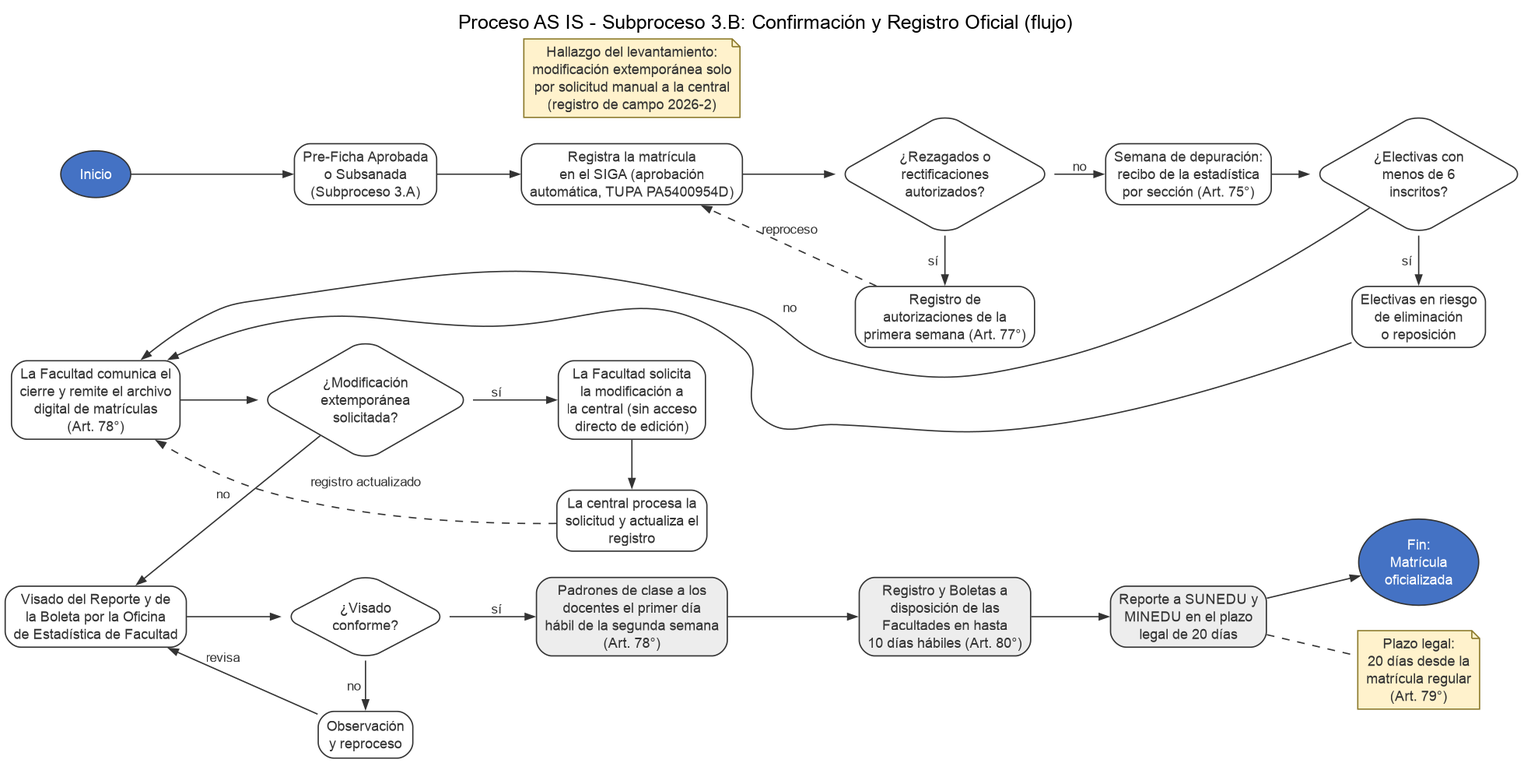
This is trabajo_grupal/images/asis_subproceso_3b_flujo.png from AldoLunaBueno/cc0f6_topicos_procesos_grupo, a PlantUML export, as it was before one commit. Its source is kept beside it as trabajo_grupal/diagramas/asis_subproceso_3b_flujo.puml.
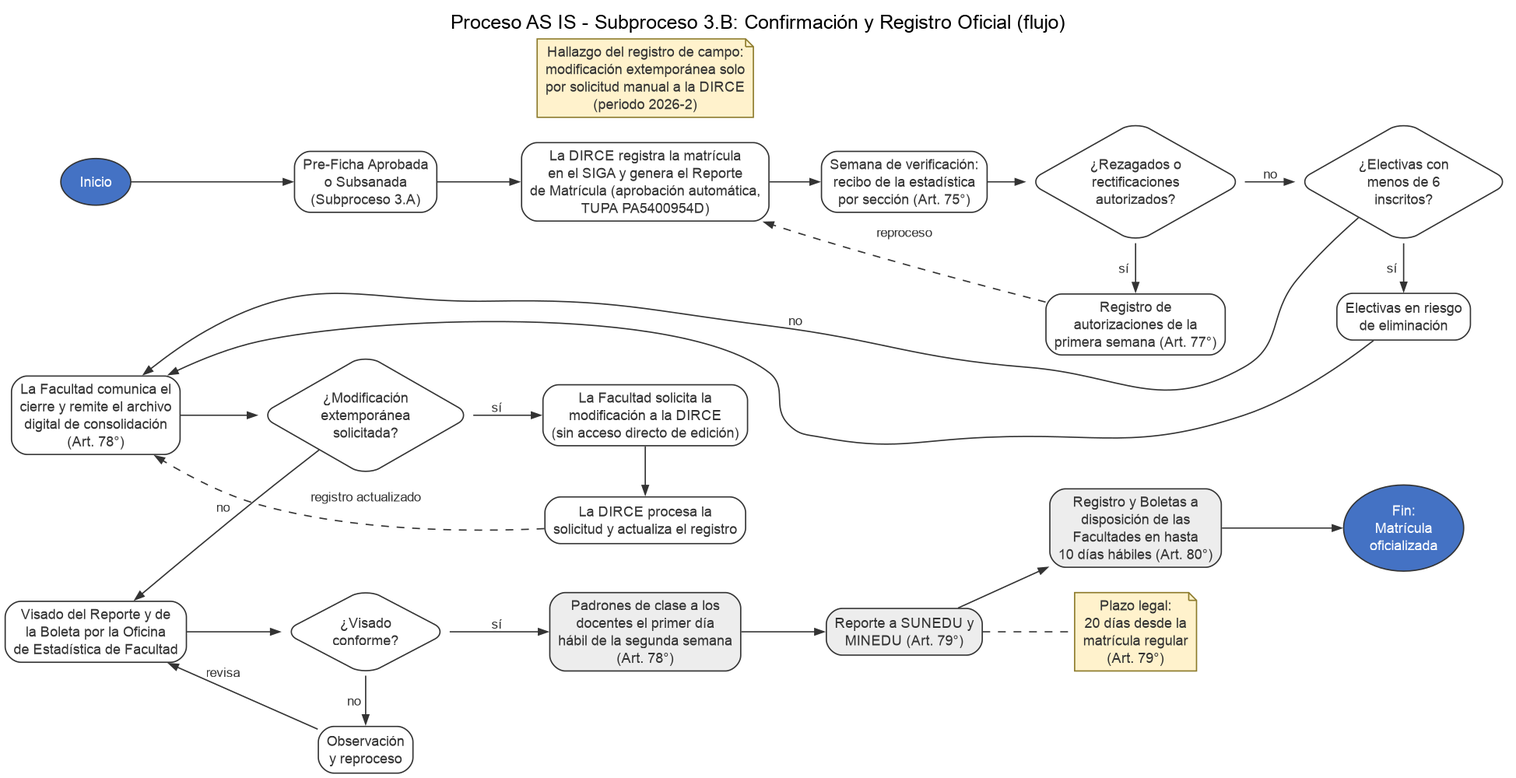
The same diagram one commit later.

Commit message:
fix: revision profunda del modelo as is del subproceso 3B

The edit, as a diff of the source:
```diff
@@ -20,17 +20,17 @@
 
   inicio [shape=oval, style=filled, fillcolor="#4472C4", fontcolor="#FFFFFF", label="Inicio"];
   preficha [label="Pre-Ficha Aprobada\no Subsanada\n(Subproceso 3.A)"];
-  asienta [label="Registra la matrícula\nen el SIGA (aprobación\nautomática, TUPA PA5400954D)"];
+  asienta [label="La DIRCE registra la matrícula\nen el SIGA y genera el Reporte\nde Matrícula (aprobación automática,\nTUPA PA5400954D)"];
   d77 [shape=diamond, label="¿Rezagados o\nrectificaciones\nautorizados?"];
   autoriz [label="Registro de\nautorizaciones de la\nprimera semana (Art. 77°)"];
-  depura [label="Semana de depuración:\nrecibo de la estadística\npor sección (Art. 75°)"];
+  depura [label="Semana de verificación:\nrecibo de la estadística\npor sección (Art. 75°)"];
   dele [shape=diamond, label="¿Electivas con\nmenos de 6\ninscritos?"];
-  riesgo [label="Electivas en riesgo\nde eliminación\no reposición"];
+  riesgo [label="Electivas en riesgo\nde eliminación"];
 
-  cierre [label="La Facultad comunica el\ncierre y remite el archivo\ndigital de matrículas\n(Art. 78°)"];
+  cierre [label="La Facultad comunica el\ncierre y remite el archivo\ndigital de consolidación\n(Art. 78°)"];
   dext [shape=diamond, label="¿Modificación\nextemporánea\nsolicitada?"];
-  solici [label="La Facultad solicita\nla modificación a\nla central (sin acceso\ndirecto de edición)"];
-  reemite [label="La central procesa la\nsolicitud y actualiza el\nregistro"];
+  solici [label="La Facultad solicita la\nmodificación a la DIRCE\n(sin acceso directo de edición)"];
+  reemite [label="La DIRCE procesa la\nsolicitud y actualiza el registro"];
 
   visado [label="Visado del Reporte y de\nla Boleta por la Oficina\nde Estadística de Facultad"];
   dvis [shape=diamond, label="¿Visado\nconforme?"];
@@ -38,22 +38,22 @@
 
   padron [label="Padrones de clase a los\ndocentes el primer día\nhábil de la segunda semana\n(Art. 78°)", fillcolor="#EDEDED"];
   dispo [label="Registro y Boletas a\ndisposición de las\nFacultades en hasta\n10 días hábiles (Art. 80°)", fillcolor="#EDEDED"];
-  externo [label="Reporte a SUNEDU y\nMINEDU en el plazo\nlegal de 20 días", fillcolor="#EDEDED"];
+  externo [label="Reporte a SUNEDU y\nMINEDU (Art. 79°)", fillcolor="#EDEDED"];
   fin [shape=oval, style=filled, fillcolor="#4472C4", fontcolor="#FFFFFF", label="Fin:\nMatrícula\noficializada"];
 
   nota_plazo [shape=note, style=filled, fillcolor="#FFF2CC", color="#8C7A2B", label="Plazo legal:\n20 días desde la\nmatrícula regular\n(Art. 79°)"];
-  nota_acceso [shape=note, style=filled, fillcolor="#FFF2CC", color="#8C7A2B", label="Hallazgo del levantamiento:\nmodificación extemporánea solo\npor solicitud manual a la central\n(registro de campo 2026-2)"];
+  nota_acceso [shape=note, style=filled, fillcolor="#FFF2CC", color="#8C7A2B", label="Hallazgo del registro de campo:\nmodificación extemporánea solo\npor solicitud manual a la DIRCE\n(periodo 2026-2)"];
 
   /' Fila 1: habilitación, registro y semana de verificación '/
   {rank=same; d77; autoriz;}
   {rank=same; dele; riesgo;}
   inicio -> preficha;
   preficha -> asienta;
-  asienta -> d77;
+  asienta -> depura;
+  depura -> d77;
   d77 -> autoriz [label="sí"];
   autoriz -> asienta [constraint=false, style=dashed, label="reproceso"];
-  d77 -> depura [label="no"];
-  depura -> dele;
+  d77 -> dele [label="no"];
   dele -> riesgo [label="sí"];
 
   /' Fila 2: cierre y modificaciones extemporáneas '/
@@ -72,9 +72,9 @@
   dvis -> obsrev [label="no"];
   obsrev -> visado [constraint=false, label="revisa"];
   dvis -> padron [label="sí"];
-  padron -> dispo;
-  dispo -> externo;
-  externo -> fin;
+  padron -> externo;
+  externo -> dispo;
+  dispo -> fin;
   externo -> nota_plazo [style=dashed, arrowhead=none];
 }
 @enddot
```
